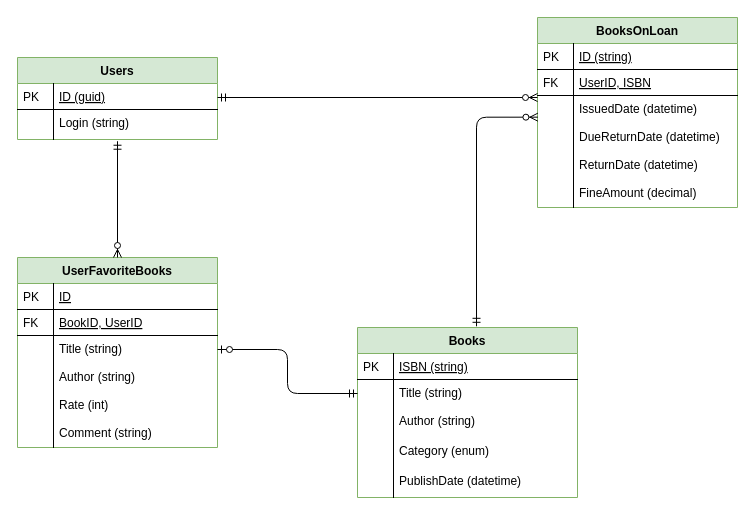
Earlier version of the draw.io diagram docs/datamodel/e_library_data_model.drawio (klucyszy/MyBookshelf). Source tidied: cells renumbered, new cells numbered last; positions are measured from the earlier drawing's top-left corner, leaving out a move shared by most shapes. Both pictures are drawn from the tidied source at 100%, with x=0, y=0 at pixel (17, 17).
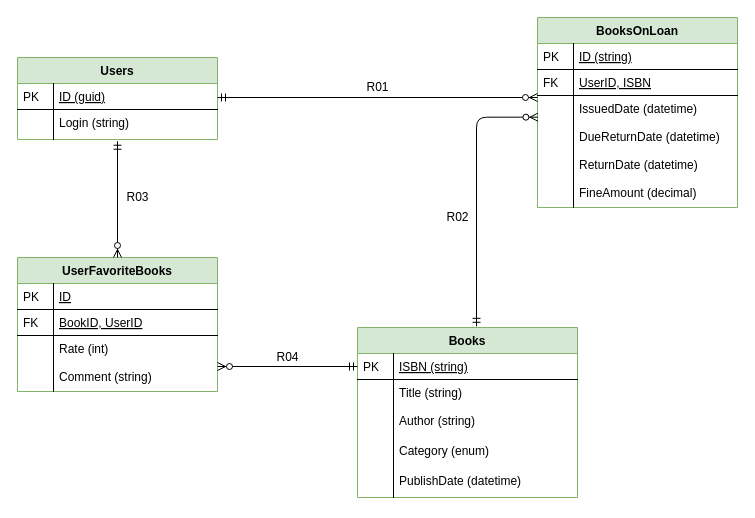
Above is the later version.

The change refers to these unchanged cells:
```xml
<mxCell id="3" value="ISBN (string)" style="shape=partialRectangle;top=0;left=0;right=0;bottom=1;align=left;verticalAlign=top;fillColor=none;spacingLeft=40;spacingRight=4;overflow=hidden;points=[[0,0.5],[1,0.5]];portConstraint=eastwest;rounded=0;shadow=0;strokeWidth=1;fontStyle=4;" parent="2" vertex="1">
  <mxGeometry y="26" width="220" height="26" as="geometry" />
</mxCell>
<mxCell id="5" value="Title (string)" style="shape=partialRectangle;top=0;left=0;right=0;bottom=0;align=left;verticalAlign=top;fillColor=none;spacingLeft=40;spacingRight=4;overflow=hidden;points=[[0,0.5],[1,0.5]];portConstraint=eastwest;rounded=0;shadow=0;strokeWidth=1;" parent="2" vertex="1">
  <mxGeometry y="52" width="220" height="28" as="geometry" />
</mxCell>
```

What changed in the source:
```diff
@@
     <mxCell id="20" value="UserFavoriteBooks" style="swimlane;fontStyle=1;horizontal=1;startSize=26;rounded=0;shadow=0;strokeWidth=1;fillColor=#d5e8d4;strokeColor=#82b366;" parent="1" vertex="1">
-      <mxGeometry y="240" width="200" height="190" as="geometry" />
+      <mxGeometry y="240" width="200" height="134" as="geometry" />
     </mxCell>
@@
-    <mxCell id="25" value="Title (string)" style="shape=partialRectangle;top=0;left=0;right=0;bottom=0;align=left;verticalAlign=top;fillColor=none;spacingLeft=40;spacingRight=4;overflow=hidden;points=[[0,0.5],[1,0.5]];portConstraint=eastwest;rounded=0;shadow=0;strokeWidth=1;" parent="20" vertex="1">
-      <mxGeometry y="78" width="200" height="28" as="geometry" />
-    </mxCell>
-    <mxCell id="26" style="shape=partialRectangle;top=0;left=0;bottom=0;fillColor=none;align=left;verticalAlign=top;spacingLeft=4;spacingRight=4;overflow=hidden;" parent="25" vertex="1">
-      <mxGeometry width="36" height="28" as="geometry" />
-    </mxCell>
-    <mxCell id="27" value="Author (string)" style="shape=partialRectangle;top=0;left=0;right=0;bottom=0;align=left;verticalAlign=top;fillColor=none;spacingLeft=40;spacingRight=4;overflow=hidden;rounded=0;shadow=0;strokeWidth=1;" parent="20" vertex="1">
-      <mxGeometry y="106" width="200" height="28" as="geometry" />
-    </mxCell>
-    <mxCell id="28" style="shape=partialRectangle;top=0;left=0;bottom=0;fillColor=none;align=left;verticalAlign=top;spacingLeft=4;spacingRight=4;overflow=hidden;" parent="27" vertex="1">
-      <mxGeometry width="36" height="28" as="geometry" />
-    </mxCell>
     <mxCell id="29" value="Rate (int)" style="shape=partialRectangle;top=0;left=0;right=0;bottom=0;align=left;verticalAlign=top;fillColor=none;spacingLeft=40;spacingRight=4;overflow=hidden;rounded=0;shadow=0;strokeWidth=1;" parent="20" vertex="1">
-      <mxGeometry y="134" width="200" height="28" as="geometry" />
+      <mxGeometry y="78" width="200" height="28" as="geometry" />
     </mxCell>
@@
     <mxCell id="31" value="Comment (string)" style="shape=partialRectangle;top=0;left=0;right=0;bottom=0;align=left;verticalAlign=top;fillColor=none;spacingLeft=40;spacingRight=4;overflow=hidden;rounded=0;shadow=0;strokeWidth=1;" parent="20" vertex="1">
-      <mxGeometry y="162" width="200" height="28" as="geometry" />
+      <mxGeometry y="106" width="200" height="28" as="geometry" />
     </mxCell>
@@
-    <mxCell id="48" style="edgeStyle=orthogonalEdgeStyle;fontSize=12;html=1;endArrow=ERzeroToOne;startArrow=ERmandOne;entryX=1;entryY=0.5;entryDx=0;entryDy=0;exitX=0;exitY=0.5;exitDx=0;exitDy=0;" parent="1" edge="1" source="5" target="25">
-      <mxGeometry relative="1" as="geometry" />
+    <mxCell id="48" style="edgeStyle=orthogonalEdgeStyle;fontSize=12;html=1;endArrow=ERzeroToMany;startArrow=ERmandOne;exitX=0;exitY=0.5;exitDx=0;exitDy=0;endFill=1;" parent="1" edge="1" source="3">
+      <mxGeometry relative="1" as="geometry">
+        <mxPoint x="200" y="349" as="targetPoint" />
+        <Array as="points">
+          <mxPoint x="200" y="349" />
+        </Array>
+      </mxGeometry>
     </mxCell>
@@
+    <mxCell id="50" value="R01" style="text;html=1;align=center;verticalAlign=middle;" parent="1" vertex="1">
+      <mxGeometry x="340" y="60" width="40" height="20" as="geometry" />
+    </mxCell>
+    <mxCell id="51" value="R02" style="text;html=1;align=center;verticalAlign=middle;" parent="1" vertex="1">
+      <mxGeometry x="420" y="190" width="40" height="20" as="geometry" />
+    </mxCell>
+    <mxCell id="52" value="R03" style="text;html=1;align=center;verticalAlign=middle;" parent="1" vertex="1">
+      <mxGeometry x="100" y="170" width="40" height="20" as="geometry" />
+    </mxCell>
+    <mxCell id="53" value="R04" style="text;html=1;align=center;verticalAlign=middle;" parent="1" vertex="1">
+      <mxGeometry x="250" y="330" width="40" height="20" as="geometry" />
+    </mxCell>
```
